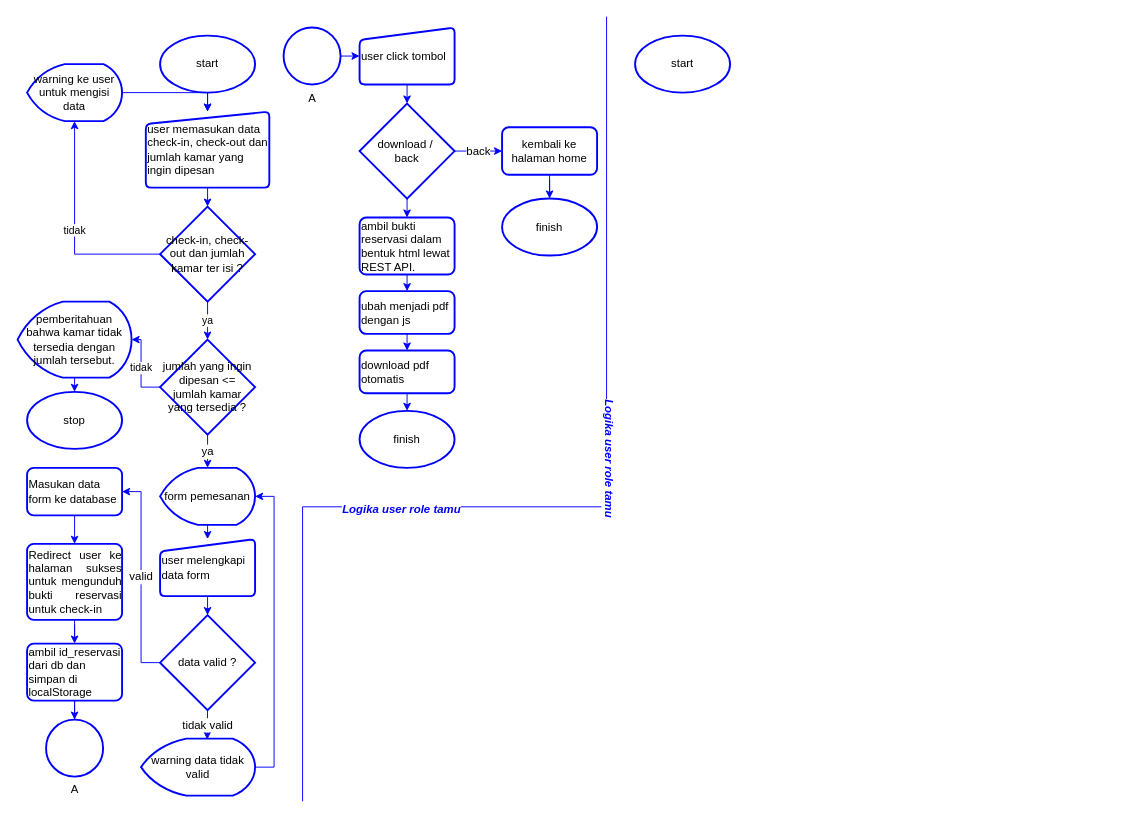
The draw.io diagram docs/diagrams/FLOWCHART_P2_UKK.drawio in airellzulkarnain/P2_UKK, before the edit. Source tidied: cells renumbered, new cells numbered last; positions are measured from the earlier drawing's top-left corner, leaving out a move shared by most shapes. Both pictures are drawn from the tidied source at 95%, with x=0, y=0 at pixel (17, 16).
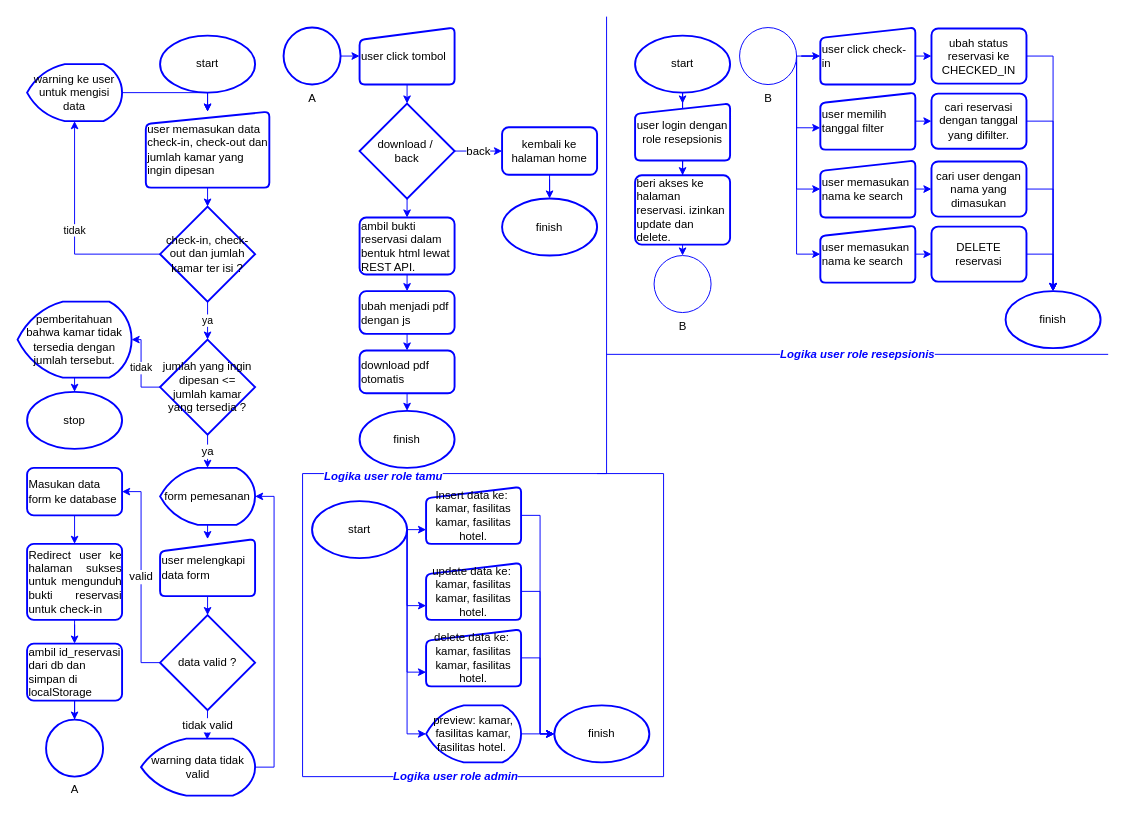
The same diagram, later.

The change refers to these unchanged cells:
```xml
<mxCell id="54" value="&lt;font color=&quot;#000000&quot;&gt;start&lt;/font&gt;" style="strokeWidth=2;html=1;shape=mxgraph.flowchart.start_1;whiteSpace=wrap;rounded=1;fontFamily=Helvetica;fontSize=12;fontColor=#0000FF;fillColor=default;strokeColor=#0000FF;" parent="1" vertex="1">
  <mxGeometry x="650" y="20" width="100" height="60" as="geometry" />
</mxCell>
```

Change to the diagram source:
```diff
@@
     <mxCell id="51" style="endArrow=none;html=1;rounded=0;fontFamily=Helvetica;fontSize=12;fontColor=default;strokeColor=#0000FF;" parent="1" edge="1">
       <mxGeometry relative="1" as="geometry">
-        <mxPoint x="300" y="826" as="sourcePoint" />
+        <mxPoint x="300" y="800" as="sourcePoint" />
         <mxPoint x="620" as="targetPoint" />
         <Array as="points">
-          <mxPoint x="300" y="516" />
-          <mxPoint x="620" y="516" />
+          <mxPoint x="300" y="481" />
+          <mxPoint x="620" y="481" />
         </Array>
       </mxGeometry>
     </mxCell>
-    <mxCell id="52" value="Logika user role tamu" style="edgeLabel;html=1;align=center;verticalAlign=middle;fontSize=12;fontFamily=Helvetica;fontColor=#0000FF;rotation=90;fontStyle=3;" parent="51" vertex="1">
-      <mxGeometry x="0.19" y="-4" relative="1" as="geometry" />
-    </mxCell>
@@
+    <mxCell id="55" style="edgeStyle=orthogonalEdgeStyle;rounded=0;jettySize=auto;html=1;exitX=0.5;exitY=1;exitDx=0;exitDy=0;exitPerimeter=0;strokeColor=#0000FF;" parent="1" edge="1" source="54" target="59">
+      <mxGeometry relative="1" as="geometry" />
+    </mxCell>
@@
+    <mxCell id="56" style="edgeStyle=orthogonalEdgeStyle;rounded=0;jettySize=auto;html=1;exitX=0.5;exitY=1;exitDx=0;exitDy=0;strokeColor=#0000FF;" parent="1" edge="1" source="59" target="58">
+      <mxGeometry relative="1" as="geometry" />
+    </mxCell>
+    <mxCell id="57" style="edgeStyle=orthogonalEdgeStyle;rounded=0;jettySize=auto;html=1;exitX=0.5;exitY=1;exitDx=0;exitDy=0;entryX=0.5;entryY=0;entryDx=0;entryDy=0;entryPerimeter=0;strokeColor=#0000FF;" parent="1" edge="1" source="58" target="64">
+      <mxGeometry relative="1" as="geometry" />
+    </mxCell>
+    <mxCell id="58" value="beri akses ke halaman reservasi. izinkan update dan delete." style="rounded=1;whiteSpace=wrap;html=1;absoluteArcSize=1;arcSize=14;strokeWidth=2;align=left;strokeColor=#0000FF;" parent="1" vertex="1">
+      <mxGeometry x="650" y="167" width="100" height="73" as="geometry" />
+    </mxCell>
+    <mxCell id="59" value="&lt;span style=&quot;text-align: left;&quot;&gt;user login dengan role resepsionis&lt;/span&gt;" style="html=1;strokeWidth=2;shape=manualInput;whiteSpace=wrap;rounded=1;size=11;arcSize=11;strokeColor=#0000FF;" parent="1" vertex="1">
+      <mxGeometry x="650" y="91.5" width="100" height="60" as="geometry" />
+    </mxCell>
+    <mxCell id="60" style="edgeStyle=orthogonalEdgeStyle;rounded=0;jettySize=auto;html=1;exitX=1;exitY=0.5;exitDx=0;exitDy=0;entryX=0;entryY=0.5;entryDx=0;entryDy=0;strokeColor=#0000FF;" parent="1" edge="1" source="61" target="73">
+      <mxGeometry relative="1" as="geometry" />
+    </mxCell>
+    <mxCell id="61" value="user click check-in" style="html=1;strokeWidth=2;shape=manualInput;whiteSpace=wrap;rounded=1;size=11;arcSize=11;align=left;strokeColor=#0000FF;" parent="1" vertex="1">
+      <mxGeometry x="845" y="11.5" width="100" height="60" as="geometry" />
+    </mxCell>
+    <mxCell id="62" style="edgeStyle=orthogonalEdgeStyle;rounded=0;jettySize=auto;html=1;exitX=1;exitY=0.5;exitDx=0;exitDy=0;entryX=0;entryY=0.5;entryDx=0;entryDy=0;strokeColor=#0000FF;" parent="1" edge="1" source="63" target="77">
+      <mxGeometry relative="1" as="geometry" />
+    </mxCell>
+    <mxCell id="63" value="user memilih tanggal filter" style="html=1;strokeWidth=2;shape=manualInput;whiteSpace=wrap;rounded=1;size=11;arcSize=11;align=left;strokeColor=#0000FF;" parent="1" vertex="1">
+      <mxGeometry x="845" y="80" width="100" height="60" as="geometry" />
+    </mxCell>
+    <mxCell id="64" value="B" style="verticalLabelPosition=bottom;verticalAlign=top;html=1;shape=mxgraph.flowchart.on-page_reference;strokeColor=#0000FF;" parent="1" vertex="1">
+      <mxGeometry x="670" y="251.5" width="60" height="60" as="geometry" />
+    </mxCell>
+    <mxCell id="65" style="edgeStyle=orthogonalEdgeStyle;rounded=0;jettySize=auto;html=1;exitX=1;exitY=0.5;exitDx=0;exitDy=0;exitPerimeter=0;strokeColor=#0000FF;" parent="1" edge="1" source="69" target="61">
+      <mxGeometry relative="1" as="geometry" />
+    </mxCell>
+    <mxCell id="66" style="edgeStyle=orthogonalEdgeStyle;rounded=0;jettySize=auto;html=1;exitX=1;exitY=0.5;exitDx=0;exitDy=0;exitPerimeter=0;entryX=0;entryY=0.617;entryDx=0;entryDy=0;entryPerimeter=0;strokeColor=#0000FF;" parent="1" edge="1" source="69" target="63">
+      <mxGeometry relative="1" as="geometry">
+        <Array as="points">
+          <mxPoint x="820" y="117" />
+        </Array>
+      </mxGeometry>
+    </mxCell>
+    <mxCell id="67" style="edgeStyle=orthogonalEdgeStyle;rounded=0;jettySize=auto;html=1;exitX=1;exitY=0.5;exitDx=0;exitDy=0;exitPerimeter=0;entryX=0;entryY=0.5;entryDx=0;entryDy=0;strokeColor=#0000FF;" parent="1" edge="1" source="69" target="71">
+      <mxGeometry relative="1" as="geometry">
+        <Array as="points">
+          <mxPoint x="820" y="182" />
+        </Array>
+      </mxGeometry>
+    </mxCell>
+    <mxCell id="68" style="edgeStyle=orthogonalEdgeStyle;rounded=0;jettySize=auto;html=1;exitX=1;exitY=0.5;exitDx=0;exitDy=0;exitPerimeter=0;entryX=0;entryY=0.5;entryDx=0;entryDy=0;strokeColor=#0000FF;" parent="1" edge="1" source="69" target="75">
+      <mxGeometry relative="1" as="geometry">
+        <Array as="points">
+          <mxPoint x="820" y="250" />
+        </Array>
+      </mxGeometry>
+    </mxCell>
+    <mxCell id="69" value="B" style="verticalLabelPosition=bottom;verticalAlign=top;html=1;shape=mxgraph.flowchart.on-page_reference;strokeColor=#0000FF;" parent="1" vertex="1">
+      <mxGeometry x="760" y="11.5" width="60" height="60" as="geometry" />
+    </mxCell>
+    <mxCell id="70" style="edgeStyle=orthogonalEdgeStyle;rounded=0;jettySize=auto;html=1;exitX=1;exitY=0.5;exitDx=0;exitDy=0;entryX=0;entryY=0.5;entryDx=0;entryDy=0;strokeColor=#0000FF;" parent="1" edge="1" source="71" target="79">
+      <mxGeometry relative="1" as="geometry" />
+    </mxCell>
+    <mxCell id="71" value="user memasukan nama ke search" style="html=1;strokeWidth=2;shape=manualInput;whiteSpace=wrap;rounded=1;size=11;arcSize=11;align=left;strokeColor=#0000FF;" parent="1" vertex="1">
+      <mxGeometry x="845" y="151.5" width="100" height="60" as="geometry" />
+    </mxCell>
+    <mxCell id="72" style="edgeStyle=orthogonalEdgeStyle;rounded=0;jettySize=auto;html=1;exitX=1;exitY=0.5;exitDx=0;exitDy=0;entryX=0.5;entryY=0;entryDx=0;entryDy=0;entryPerimeter=0;fontSize=12;fontColor=#000000;strokeColor=#0000FF;" parent="1" edge="1" source="73" target="88">
+      <mxGeometry relative="1" as="geometry" />
+    </mxCell>
+    <mxCell id="73" value="ubah status reservasi ke CHECKED_IN" style="rounded=1;whiteSpace=wrap;html=1;absoluteArcSize=1;arcSize=14;strokeWidth=2;strokeColor=#0000FF;" parent="1" vertex="1">
+      <mxGeometry x="962" y="12.5" width="100" height="58" as="geometry" />
+    </mxCell>
+    <mxCell id="74" style="edgeStyle=orthogonalEdgeStyle;rounded=0;jettySize=auto;html=1;exitX=1;exitY=0.5;exitDx=0;exitDy=0;entryX=0;entryY=0.5;entryDx=0;entryDy=0;strokeColor=#0000FF;" parent="1" edge="1" source="75" target="81">
+      <mxGeometry relative="1" as="geometry" />
+    </mxCell>
+    <mxCell id="75" value="user memasukan nama ke search" style="html=1;strokeWidth=2;shape=manualInput;whiteSpace=wrap;rounded=1;size=11;arcSize=11;align=left;strokeColor=#0000FF;" parent="1" vertex="1">
+      <mxGeometry x="845" y="220" width="100" height="60" as="geometry" />
+    </mxCell>
+    <mxCell id="76" style="edgeStyle=orthogonalEdgeStyle;rounded=0;jettySize=auto;html=1;exitX=1;exitY=0.5;exitDx=0;exitDy=0;fontSize=12;fontColor=#000000;strokeColor=#0000FF;entryX=0.5;entryY=0;entryDx=0;entryDy=0;entryPerimeter=0;" parent="1" edge="1" source="77" target="88">
+      <mxGeometry relative="1" as="geometry" />
+    </mxCell>
+    <mxCell id="77" value="cari reservasi dengan tanggal yang difilter." style="rounded=1;whiteSpace=wrap;html=1;absoluteArcSize=1;arcSize=14;strokeWidth=2;strokeColor=#0000FF;" parent="1" vertex="1">
+      <mxGeometry x="962" y="81" width="100" height="58" as="geometry" />
+    </mxCell>
+    <mxCell id="78" style="edgeStyle=orthogonalEdgeStyle;rounded=0;jettySize=auto;html=1;exitX=1;exitY=0.5;exitDx=0;exitDy=0;entryX=0.5;entryY=0;entryDx=0;entryDy=0;entryPerimeter=0;fontSize=12;fontColor=#000000;strokeColor=#0000FF;" parent="1" edge="1" source="79" target="88">
+      <mxGeometry relative="1" as="geometry" />
+    </mxCell>
+    <mxCell id="79" value="cari user dengan nama yang dimasukan" style="rounded=1;whiteSpace=wrap;html=1;absoluteArcSize=1;arcSize=14;strokeWidth=2;strokeColor=#0000FF;" parent="1" vertex="1">
+      <mxGeometry x="962" y="152.5" width="100" height="58" as="geometry" />
+    </mxCell>
+    <mxCell id="80" style="edgeStyle=orthogonalEdgeStyle;rounded=0;jettySize=auto;html=1;exitX=1;exitY=0.5;exitDx=0;exitDy=0;entryX=0.5;entryY=0;entryDx=0;entryDy=0;entryPerimeter=0;fontSize=12;fontColor=#000000;strokeColor=#0000FF;" parent="1" edge="1" source="81" target="88">
+      <mxGeometry relative="1" as="geometry" />
+    </mxCell>
+    <mxCell id="81" value="DELETE reservasi" style="rounded=1;whiteSpace=wrap;html=1;absoluteArcSize=1;arcSize=14;strokeWidth=2;strokeColor=#0000FF;" parent="1" vertex="1">
+      <mxGeometry x="962" y="221" width="100" height="58" as="geometry" />
+    </mxCell>
+    <mxCell id="82" value="&lt;font size=&quot;1&quot; color=&quot;#0000ff&quot;&gt;&lt;b style=&quot;font-size: 12px;&quot;&gt;&lt;i&gt;Logika user role resepsionis&lt;/i&gt;&lt;/b&gt;&lt;/font&gt;" style="endArrow=none;html=1;rounded=0;strokeColor=#0000FF;" parent="1" edge="1">
+      <mxGeometry relative="1" as="geometry">
+        <mxPoint x="620" y="355.5" as="sourcePoint" />
+        <mxPoint x="1148" y="355.5" as="targetPoint" />
+      </mxGeometry>
+    </mxCell>
+    <mxCell id="83" style="edgeStyle=orthogonalEdgeStyle;rounded=0;jettySize=auto;html=1;exitX=1;exitY=0.5;exitDx=0;exitDy=0;exitPerimeter=0;entryX=0;entryY=0.75;entryDx=0;entryDy=0;strokeColor=#0000FF;" parent="1" edge="1" source="87" target="91">
+      <mxGeometry relative="1" as="geometry" />
+    </mxCell>
+    <mxCell id="84" style="edgeStyle=orthogonalEdgeStyle;rounded=0;jettySize=auto;html=1;exitX=1;exitY=0.5;exitDx=0;exitDy=0;exitPerimeter=0;entryX=0;entryY=0.75;entryDx=0;entryDy=0;strokeColor=#0000FF;" parent="1" edge="1" source="87" target="93">
+      <mxGeometry relative="1" as="geometry">
+        <Array as="points">
+          <mxPoint x="410" y="620" />
+        </Array>
+      </mxGeometry>
+    </mxCell>
+    <mxCell id="85" style="edgeStyle=orthogonalEdgeStyle;rounded=0;jettySize=auto;html=1;exitX=1;exitY=0.5;exitDx=0;exitDy=0;exitPerimeter=0;entryX=0;entryY=0.75;entryDx=0;entryDy=0;strokeColor=#0000FF;" parent="1" edge="1" source="87" target="95">
+      <mxGeometry relative="1" as="geometry">
+        <Array as="points">
+          <mxPoint x="410" y="690" />
+        </Array>
+      </mxGeometry>
+    </mxCell>
+    <mxCell id="86" style="edgeStyle=orthogonalEdgeStyle;rounded=0;jettySize=auto;html=1;exitX=1;exitY=0.5;exitDx=0;exitDy=0;exitPerimeter=0;entryX=0;entryY=0.5;entryDx=0;entryDy=0;entryPerimeter=0;strokeColor=#0000FF;" parent="1" edge="1" source="87" target="98">
+      <mxGeometry relative="1" as="geometry">
+        <Array as="points">
+          <mxPoint x="410" y="755" />
+        </Array>
+      </mxGeometry>
+    </mxCell>
+    <mxCell id="87" value="&lt;font color=&quot;#000000&quot;&gt;start&lt;/font&gt;" style="strokeWidth=2;html=1;shape=mxgraph.flowchart.start_1;whiteSpace=wrap;fontSize=12;fontColor=#0000FF;strokeColor=#0000FF;" parent="1" vertex="1">
+      <mxGeometry x="310" y="510" width="100" height="60" as="geometry" />
+    </mxCell>
+    <mxCell id="88" value="finish" style="strokeWidth=2;html=1;shape=mxgraph.flowchart.start_1;whiteSpace=wrap;fontSize=12;fontColor=#000000;strokeColor=#0000FF;" parent="1" vertex="1">
+      <mxGeometry x="1040" y="289" width="100" height="60" as="geometry" />
+    </mxCell>
+    <mxCell id="89" value="&lt;font color=&quot;#0000ff&quot;&gt;&lt;b&gt;&lt;i&gt;Logika user role admin&lt;/i&gt;&lt;/b&gt;&lt;/font&gt;" style="endArrow=none;html=1;rounded=0;fontSize=12;fontColor=#000000;strokeColor=#0000FF;" parent="1" edge="1">
+      <mxGeometry x="-0.58" relative="1" as="geometry">
+        <mxPoint x="300" y="800" as="sourcePoint" />
+        <mxPoint x="610" y="481" as="targetPoint" />
+        <Array as="points">
+          <mxPoint x="680" y="800" />
+          <mxPoint x="680" y="481" />
+        </Array>
+      </mxGeometry>
+    </mxCell>
+    <mxCell id="90" style="edgeStyle=orthogonalEdgeStyle;rounded=0;jettySize=auto;html=1;exitX=1;exitY=0.5;exitDx=0;exitDy=0;entryX=0;entryY=0.5;entryDx=0;entryDy=0;entryPerimeter=0;strokeColor=#0000FF;" parent="1" edge="1" source="91" target="96">
+      <mxGeometry relative="1" as="geometry">
+        <Array as="points">
+          <mxPoint x="550" y="525" />
+        </Array>
+      </mxGeometry>
+    </mxCell>
+    <mxCell id="91" value="Insert data ke:&amp;nbsp;&lt;br&gt;kamar, fasilitas kamar, fasilitas hotel." style="html=1;strokeWidth=2;shape=manualInput;whiteSpace=wrap;rounded=1;size=12;arcSize=11;strokeColor=#0000FF;" parent="1" vertex="1">
+      <mxGeometry x="430" y="495" width="100" height="60" as="geometry" />
+    </mxCell>
+    <mxCell id="92" style="edgeStyle=orthogonalEdgeStyle;rounded=0;jettySize=auto;html=1;exitX=1;exitY=0.5;exitDx=0;exitDy=0;entryX=0;entryY=0.5;entryDx=0;entryDy=0;entryPerimeter=0;strokeColor=#0000FF;" parent="1" edge="1" source="93" target="96">
+      <mxGeometry relative="1" as="geometry">
+        <Array as="points">
+          <mxPoint x="550" y="605" />
+          <mxPoint x="550" y="755" />
+        </Array>
+      </mxGeometry>
+    </mxCell>
+    <mxCell id="93" value="&lt;span style=&quot;&quot;&gt;update data ke:&amp;nbsp;&lt;/span&gt;&lt;br style=&quot;&quot;&gt;&lt;span style=&quot;&quot;&gt;kamar, fasilitas kamar, fasilitas hotel.&lt;/span&gt;" style="html=1;strokeWidth=2;shape=manualInput;whiteSpace=wrap;rounded=1;size=12;arcSize=11;strokeColor=#0000FF;" parent="1" vertex="1">
+      <mxGeometry x="430" y="575" width="100" height="60" as="geometry" />
+    </mxCell>
+    <mxCell id="94" style="edgeStyle=orthogonalEdgeStyle;rounded=0;jettySize=auto;html=1;exitX=1;exitY=0.5;exitDx=0;exitDy=0;entryX=0;entryY=0.5;entryDx=0;entryDy=0;entryPerimeter=0;strokeColor=#0000FF;" parent="1" edge="1" source="95" target="96">
+      <mxGeometry relative="1" as="geometry">
+        <Array as="points">
+          <mxPoint x="550" y="675" />
+          <mxPoint x="550" y="755" />
+        </Array>
+      </mxGeometry>
+    </mxCell>
+    <mxCell id="95" value="&lt;span style=&quot;&quot;&gt;delete data ke:&amp;nbsp;&lt;/span&gt;&lt;br style=&quot;&quot;&gt;&lt;span style=&quot;&quot;&gt;kamar, fasilitas kamar, fasilitas hotel.&lt;/span&gt;" style="html=1;strokeWidth=2;shape=manualInput;whiteSpace=wrap;rounded=1;size=12;arcSize=11;strokeColor=#0000FF;" parent="1" vertex="1">
+      <mxGeometry x="430" y="645" width="100" height="60" as="geometry" />
+    </mxCell>
+    <mxCell id="96" value="&lt;font color=&quot;#000000&quot;&gt;finish&lt;/font&gt;" style="strokeWidth=2;html=1;shape=mxgraph.flowchart.start_1;whiteSpace=wrap;fontSize=12;fontColor=#0000FF;strokeColor=#0000FF;" parent="1" vertex="1">
+      <mxGeometry x="565" y="725" width="100" height="60" as="geometry" />
+    </mxCell>
+    <mxCell id="97" style="edgeStyle=orthogonalEdgeStyle;rounded=0;jettySize=auto;html=1;exitX=1;exitY=0.5;exitDx=0;exitDy=0;exitPerimeter=0;entryX=0;entryY=0.5;entryDx=0;entryDy=0;entryPerimeter=0;strokeColor=#0000FF;" parent="1" edge="1" source="98" target="96">
+      <mxGeometry relative="1" as="geometry" />
+    </mxCell>
+    <mxCell id="98" value="preview: kamar, fasilitas kamar, fasilitas hotel.&amp;nbsp;" style="strokeWidth=2;html=1;shape=mxgraph.flowchart.display;whiteSpace=wrap;strokeColor=#0000FF;" parent="1" vertex="1">
+      <mxGeometry x="430" y="725" width="100" height="60" as="geometry" />
+    </mxCell>
```
